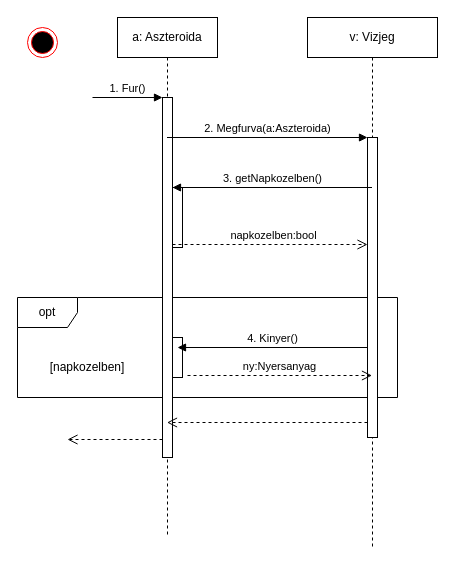
torpeBoiGo/aszteroidabanyaszat keeps this draw.io diagram as page "Page-1" (1 of 2) of doc/uml/szublimalo_aszteroida_furas.drawio. Above is the earlier version. Source tidied: cells renumbered, new cells numbered last; positions are measured from the earlier drawing's top-left corner, leaving out a move shared by most shapes. Both pictures are drawn from the tidied source at 100%, with x=0, y=0 at pixel (17, 17).
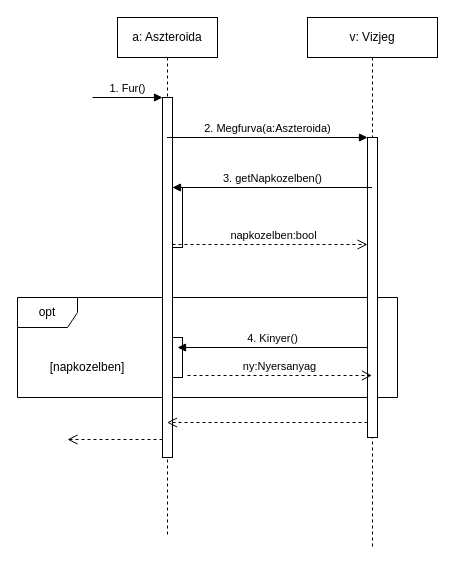
Above is the later version.

Commit message:
Update szublimalo_aszteroida_furas.drawio: page 2 uj diagram

Change to the diagram source:
```diff
@@
-    <mxCell id="18" style="ellipse;html=1;shape=endState;fillColor=#000000;strokeColor=#ff0000;" parent="1" vertex="1">
-      <mxGeometry x="10" y="10" width="30" height="30" as="geometry" />
-    </mxCell>
```
